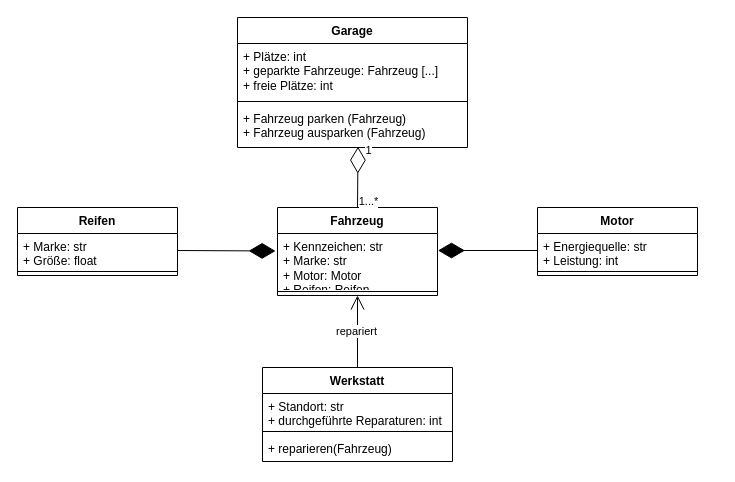
The draw.io diagram PythonGrundlagen_021/PythonGrundlagen_021_HandsOn01.drawio in schaeferju/003_004, before the edit. Source tidied: cells renumbered, new cells numbered last; positions are measured from the earlier drawing's top-left corner, leaving out a move shared by most shapes. Both pictures are drawn from the tidied source at 100%, with x=0, y=0 at pixel (17, 17).
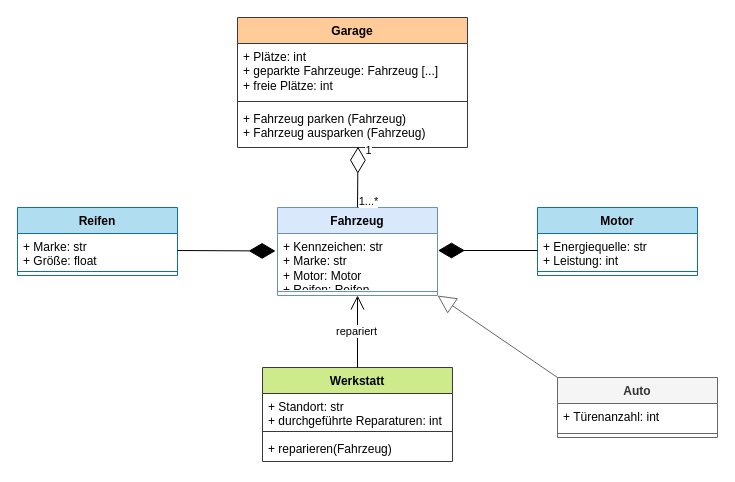
After the change.

Commit message:
Farben und Auto hinzugefügt

Diff of the diagram source:
```diff
@@
-    <mxCell id="2" value="Fahrzeug" style="swimlane;fontStyle=1;align=center;verticalAlign=top;horizontal=1;startSize=26;whiteSpace=wrap;html=1;" parent="1" vertex="1">
+    <mxCell id="2" value="Fahrzeug" style="swimlane;fontStyle=1;align=center;verticalAlign=top;horizontal=1;startSize=26;whiteSpace=wrap;html=1;fillColor=#dae8fc;strokeColor=#6c8ebf;" parent="1" vertex="1">
       <mxGeometry x="260" y="190" width="160" height="88" as="geometry" />
     </mxCell>
@@
-    <mxCell id="5" value="Garage" style="swimlane;fontStyle=1;align=center;verticalAlign=top;horizontal=1;startSize=26;whiteSpace=wrap;html=1;" parent="1" vertex="1">
+    <mxCell id="5" value="Garage" style="swimlane;fontStyle=1;align=center;verticalAlign=top;horizontal=1;startSize=26;whiteSpace=wrap;html=1;fillColor=#ffcc99;strokeColor=#36393d;" parent="1" vertex="1">
       <mxGeometry x="220" width="230" height="130" as="geometry" />
     </mxCell>
@@
-    <mxCell id="9" value="Werkstatt" style="swimlane;fontStyle=1;align=center;verticalAlign=top;horizontal=1;startSize=26;whiteSpace=wrap;html=1;" parent="1" vertex="1">
+    <mxCell id="9" value="Werkstatt" style="swimlane;fontStyle=1;align=center;verticalAlign=top;horizontal=1;startSize=26;whiteSpace=wrap;html=1;fillColor=#cdeb8b;strokeColor=#36393d;" parent="1" vertex="1">
       <mxGeometry x="245" y="350" width="190" height="94" as="geometry" />
     </mxCell>
@@
-    <mxCell id="13" value="Motor" style="swimlane;fontStyle=1;align=center;verticalAlign=top;horizontal=1;startSize=26;whiteSpace=wrap;html=1;" parent="1" vertex="1">
+    <mxCell id="13" value="Motor" style="swimlane;fontStyle=1;align=center;verticalAlign=top;horizontal=1;startSize=26;whiteSpace=wrap;html=1;fillColor=#b1ddf0;strokeColor=#10739e;" parent="1" vertex="1">
       <mxGeometry x="520" y="190" width="160" height="68" as="geometry" />
     </mxCell>
@@
-    <mxCell id="16" value="Reifen" style="swimlane;fontStyle=1;align=center;verticalAlign=top;horizontal=1;startSize=26;whiteSpace=wrap;html=1;" parent="1" vertex="1">
+    <mxCell id="16" value="Reifen" style="swimlane;fontStyle=1;align=center;verticalAlign=top;horizontal=1;startSize=26;whiteSpace=wrap;html=1;fillColor=#b1ddf0;strokeColor=#10739e;" parent="1" vertex="1">
       <mxGeometry y="190" width="160" height="68" as="geometry" />
     </mxCell>
@@
+    <mxCell id="26" value="Auto" style="swimlane;fontStyle=1;align=center;verticalAlign=top;horizontal=1;startSize=26;whiteSpace=wrap;html=1;fillColor=#f5f5f5;fontColor=#333333;strokeColor=#666666;" parent="1" vertex="1">
+      <mxGeometry x="540" y="360" width="160" height="60" as="geometry" />
+    </mxCell>
+    <mxCell id="27" value="+ Türenanzahl: int" style="text;strokeColor=none;fillColor=none;align=left;verticalAlign=top;spacingLeft=4;spacingRight=4;overflow=hidden;whiteSpace=wrap;html=1;" parent="26" vertex="1">
+      <mxGeometry y="26" width="160" height="26" as="geometry" />
+    </mxCell>
+    <mxCell id="28" style="line;strokeWidth=1;fillColor=none;align=left;verticalAlign=middle;spacingTop=-1;spacingLeft=3;spacingRight=3;labelPosition=right;strokeColor=inherit;" parent="26" vertex="1">
+      <mxGeometry y="52" width="160" height="8" as="geometry" />
+    </mxCell>
+    <mxCell id="29" style="endArrow=block;endSize=16;endFill=0;html=1;rounded=0;entryX=1;entryY=1;entryDx=0;entryDy=0;exitX=0;exitY=0;exitDx=0;exitDy=0;fillColor=#f5f5f5;strokeColor=#666666;" parent="1" edge="1" source="26" target="2">
+      <mxGeometry relative="1" as="geometry" />
+    </mxCell>
```
